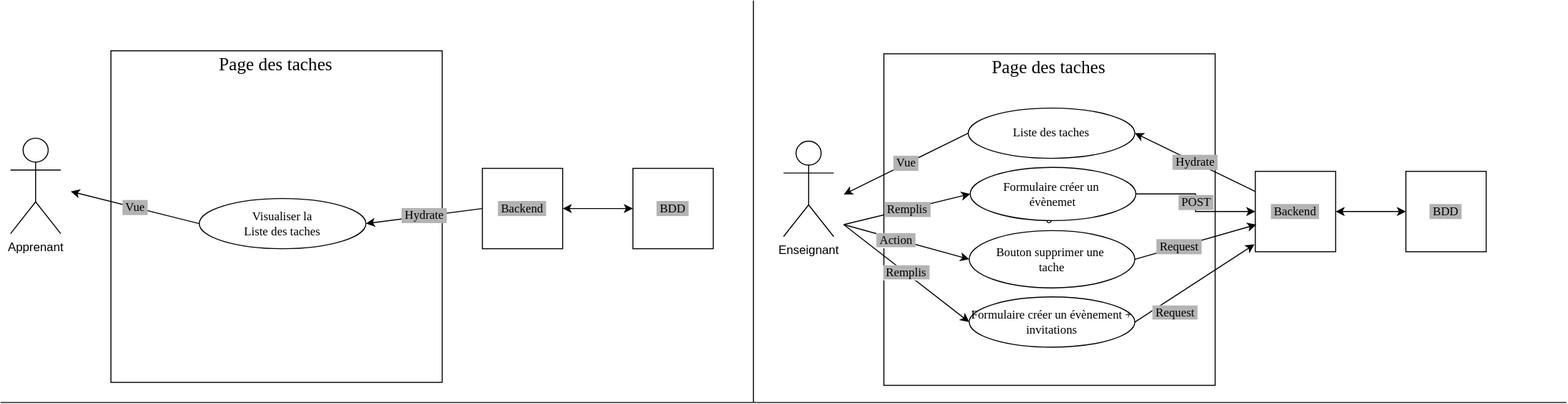
Above: Diagramme cas usage page taches.drawio.svg in JyjyStudio/Learn-Home-P10 (draw.io), before the change. Source tidied: cells renumbered, new cells last; positions are measured from the earlier drawing's top-left corner, leaving out a move shared by most shapes.
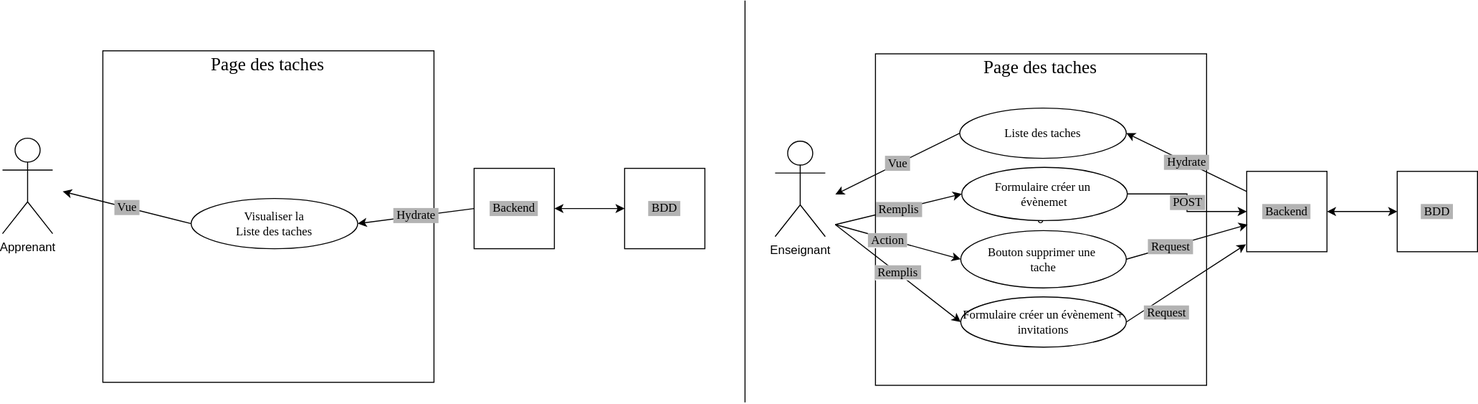
After the commit.

Commit message:
Fix : diagramme enseignant et diagramme apprenant

What changed in the source:
```diff
@@ -114,11 +114,5 @@
         <mxPoint x="750" as="targetPoint" />
       </mxGeometry>
     </mxCell>
-    <mxCell id="33" style="endArrow=none;html=1;rounded=0;" parent="1" edge="1">
-      <mxGeometry relative="1" as="geometry">
-        <mxPoint y="400" as="sourcePoint" />
-        <mxPoint x="1560" y="400" as="targetPoint" />
-      </mxGeometry>
-    </mxCell>
   </root>
 </mxGraphModel>
```
